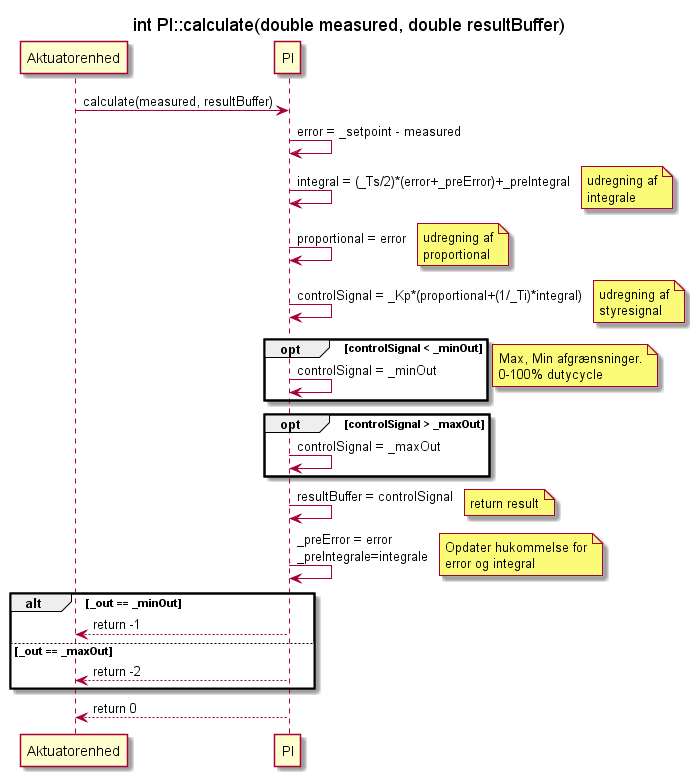
Solvgraa-mager/E4PRJ4 keeps this PlantUML diagram as Design/Akutuator enhed/Software/out/PI/SD_PI_calculate/SD_PI_calculate.png. Above is the earlier version.
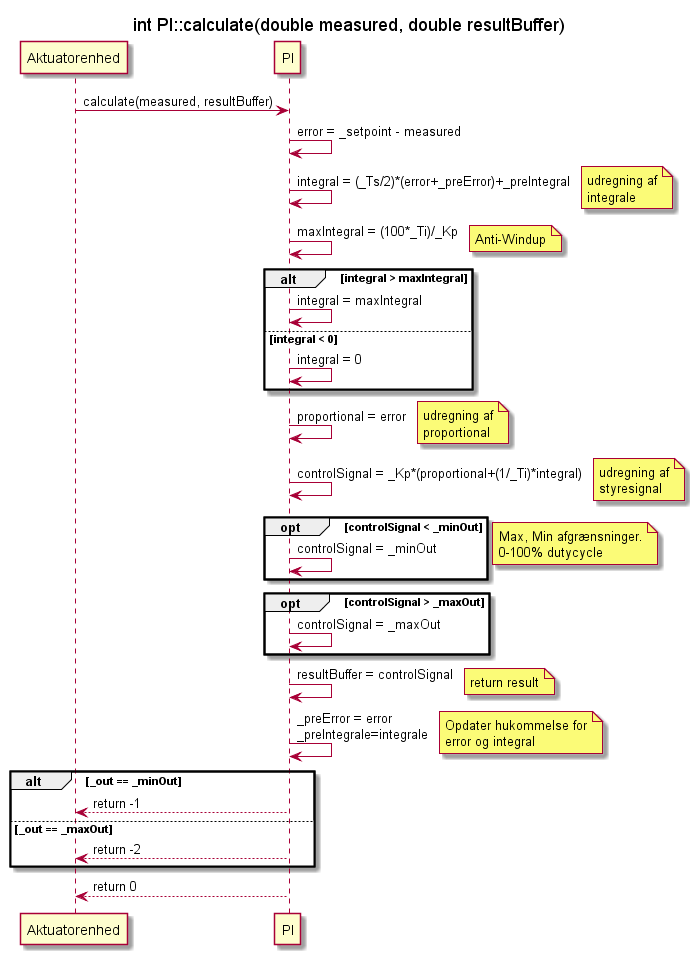
The same file after the commit.

The edit, as a diff of the source:
```diff
@@ -3,7 +3,6 @@
 
 participant Aktuatorenhed as a
 participant PI
-
 
 a -> PI : calculate(measured, resultBuffer)
 
@@ -11,6 +10,18 @@
 
 PI -> PI : integral = (_Ts/2)*(error+_preError)+_preIntegral
 note right : udregning af\nintegrale
+
+
+PI -> PI : maxIntegral = (100*_Ti)/_Kp
+note right : Anti-Windup
+alt integral > maxIntegral
+    PI -> PI : integral = maxIntegral
+else integral < 0
+    PI -> PI : integral = 0
+end
+
+
+
 PI -> PI : proportional = error
 note right : udregning af\nproportional
 PI -> PI : controlSignal = _Kp*(proportional+(1/_Ti)*integral)
```
